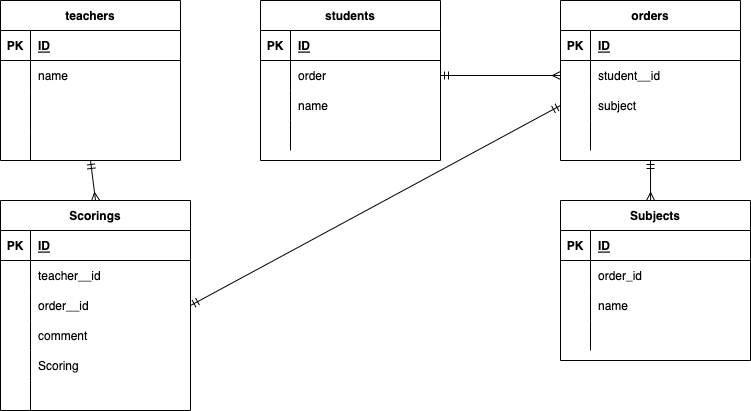
Earlier version of the draw.io export test.drawio.png (daiki239/20220701-). Source tidied: cells renumbered, new cells last; positions are measured from the earlier drawing's top-left corner, leaving out a move shared by most shapes.
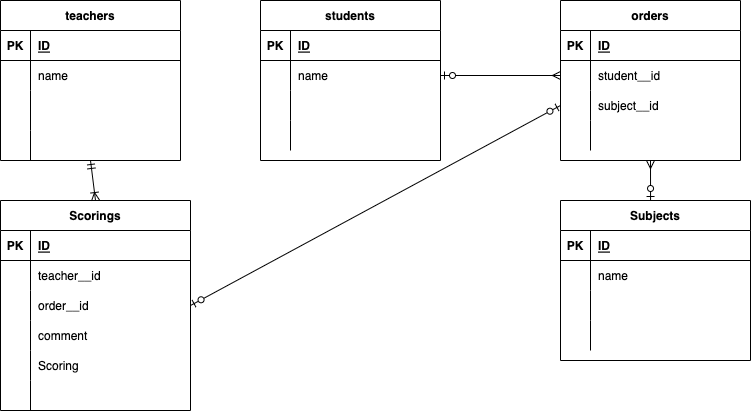
The same diagram one commit later.

Diff of the diagram source:
```diff
@@ -59,7 +59,7 @@
     <mxCell id="20" style="shape=partialRectangle;fillColor=none;top=0;left=0;bottom=0;right=0;overflow=hidden;" parent="19" vertex="1">
       <mxGeometry width="30" height="30" as="geometry" />
     </mxCell>
-    <mxCell id="21" value="order" style="shape=partialRectangle;fillColor=none;top=0;left=0;bottom=0;right=0;align=left;spacingLeft=6;overflow=hidden;" parent="19" vertex="1">
+    <mxCell id="21" value="name" style="shape=partialRectangle;fillColor=none;top=0;left=0;bottom=0;right=0;align=left;spacingLeft=6;overflow=hidden;" parent="19" vertex="1">
       <mxGeometry x="30" width="150" height="30" as="geometry" />
     </mxCell>
     <mxCell id="22" style="shape=partialRectangle;fillColor=none;top=0;left=0;bottom=0;right=0;" parent="15" vertex="1">
@@ -68,7 +68,7 @@
     <mxCell id="23" style="shape=partialRectangle;fillColor=none;top=0;left=0;bottom=0;right=0;overflow=hidden;" parent="22" vertex="1">
       <mxGeometry width="30" height="30" as="geometry" />
     </mxCell>
-    <mxCell id="24" value="name" style="shape=partialRectangle;fillColor=none;top=0;left=0;bottom=0;right=0;align=left;spacingLeft=6;overflow=hidden;" parent="22" vertex="1">
+    <mxCell id="24" style="shape=partialRectangle;fillColor=none;top=0;left=0;bottom=0;right=0;align=left;spacingLeft=6;overflow=hidden;" parent="22" vertex="1">
       <mxGeometry x="30" width="150" height="30" as="geometry" />
     </mxCell>
     <mxCell id="25" style="shape=partialRectangle;fillColor=none;top=0;left=0;bottom=0;right=0;" parent="15" vertex="1">
@@ -137,7 +137,7 @@
     <mxCell id="46" style="shape=partialRectangle;fillColor=none;top=0;left=0;bottom=0;right=0;align=left;spacingLeft=6;overflow=hidden;" parent="44" vertex="1">
       <mxGeometry x="30" width="160" height="30" as="geometry" />
     </mxCell>
-    <mxCell id="47" style="html=1;targetPerimeterSpacing=8;endArrow=ERmany;endFill=0;startArrow=ERmandOne;startFill=0;entryX=0.5;entryY=0;entryDx=0;entryDy=0;" parent="1" edge="1" target="28">
+    <mxCell id="47" style="html=1;targetPerimeterSpacing=8;endArrow=ERoneToMany;endFill=0;startArrow=ERmandOne;startFill=0;entryX=0.5;entryY=0;entryDx=0;entryDy=0;" parent="1" edge="1" target="28">
       <mxGeometry relative="1" as="geometry">
         <mxPoint x="90" y="160" as="sourcePoint" />
       </mxGeometry>
@@ -169,7 +169,7 @@
     <mxCell id="56" style="shape=partialRectangle;fillColor=none;top=0;left=0;bottom=0;right=0;overflow=hidden;" parent="55" vertex="1">
       <mxGeometry width="30" height="30" as="geometry" />
     </mxCell>
-    <mxCell id="57" value="subject" style="shape=partialRectangle;fillColor=none;top=0;left=0;bottom=0;right=0;align=left;spacingLeft=6;overflow=hidden;" parent="55" vertex="1">
+    <mxCell id="57" value="subject__id" style="shape=partialRectangle;fillColor=none;top=0;left=0;bottom=0;right=0;align=left;spacingLeft=6;overflow=hidden;" parent="55" vertex="1">
       <mxGeometry x="30" width="150" height="30" as="geometry" />
     </mxCell>
     <mxCell id="58" style="shape=partialRectangle;fillColor=none;top=0;left=0;bottom=0;right=0;" parent="48" vertex="1">
@@ -181,7 +181,7 @@
     <mxCell id="60" style="shape=partialRectangle;fillColor=none;top=0;left=0;bottom=0;right=0;align=left;spacingLeft=6;overflow=hidden;" parent="58" vertex="1">
       <mxGeometry x="30" width="150" height="30" as="geometry" />
     </mxCell>
-    <mxCell id="61" style="html=1;targetPerimeterSpacing=8;endArrow=ERmany;endFill=0;startArrow=ERmandOne;startFill=0;entryX=0;entryY=0.5;entryDx=0;entryDy=0;exitX=1;exitY=0.5;exitDx=0;exitDy=0;" parent="1" edge="1" source="19" target="52">
+    <mxCell id="61" style="html=1;targetPerimeterSpacing=8;endArrow=ERmany;endFill=0;startArrow=ERzeroToOne;startFill=0;entryX=0;entryY=0.5;entryDx=0;entryDy=0;exitX=1;exitY=0.5;exitDx=0;exitDy=0;" parent="1" edge="1" source="19" target="52">
       <mxGeometry relative="1" as="geometry" />
     </mxCell>
     <mxCell id="62" value="Subjects" style="shape=table;startSize=30;rowLines=0;fontStyle=1;align=center;" parent="1" vertex="1">
@@ -202,7 +202,7 @@
     <mxCell id="67" style="shape=partialRectangle;fillColor=none;top=0;left=0;bottom=0;right=0;overflow=hidden;" parent="66" vertex="1">
       <mxGeometry width="30" height="30" as="geometry" />
     </mxCell>
-    <mxCell id="68" value="order_id" style="shape=partialRectangle;fillColor=none;top=0;left=0;bottom=0;right=0;align=left;spacingLeft=6;overflow=hidden;" parent="66" vertex="1">
+    <mxCell id="68" value="name" style="shape=partialRectangle;fillColor=none;top=0;left=0;bottom=0;right=0;align=left;spacingLeft=6;overflow=hidden;" parent="66" vertex="1">
       <mxGeometry x="30" width="160" height="30" as="geometry" />
     </mxCell>
     <mxCell id="69" style="shape=partialRectangle;fillColor=none;top=0;left=0;bottom=0;right=0;" parent="62" vertex="1">
@@ -211,7 +211,7 @@
     <mxCell id="70" style="shape=partialRectangle;fillColor=none;top=0;left=0;bottom=0;right=0;overflow=hidden;" parent="69" vertex="1">
       <mxGeometry width="30" height="30" as="geometry" />
     </mxCell>
-    <mxCell id="71" value="name" style="shape=partialRectangle;fillColor=none;top=0;left=0;bottom=0;right=0;align=left;spacingLeft=6;overflow=hidden;" parent="69" vertex="1">
+    <mxCell id="71" style="shape=partialRectangle;fillColor=none;top=0;left=0;bottom=0;right=0;align=left;spacingLeft=6;overflow=hidden;" parent="69" vertex="1">
       <mxGeometry x="30" width="160" height="30" as="geometry" />
     </mxCell>
     <mxCell id="72" style="shape=partialRectangle;fillColor=none;top=0;left=0;bottom=0;right=0;" parent="62" vertex="1">
@@ -223,10 +223,10 @@
     <mxCell id="74" style="shape=partialRectangle;fillColor=none;top=0;left=0;bottom=0;right=0;align=left;spacingLeft=6;overflow=hidden;" parent="72" vertex="1">
       <mxGeometry x="30" width="160" height="30" as="geometry" />
     </mxCell>
-    <mxCell id="75" style="html=1;targetPerimeterSpacing=8;endArrow=ERmany;endFill=0;startArrow=ERmandOne;startFill=0;entryX=0.474;entryY=0;entryDx=0;entryDy=0;exitX=0.5;exitY=1;exitDx=0;exitDy=0;entryPerimeter=0;" parent="1" edge="1" source="48" target="62">
+    <mxCell id="75" style="html=1;targetPerimeterSpacing=8;endArrow=ERzeroToOne;endFill=0;startArrow=ERmany;startFill=0;entryX=0.474;entryY=0;entryDx=0;entryDy=0;exitX=0.5;exitY=1;exitDx=0;exitDy=0;entryPerimeter=0;" parent="1" edge="1" source="48" target="62">
       <mxGeometry relative="1" as="geometry" />
     </mxCell>
-    <mxCell id="76" style="html=1;targetPerimeterSpacing=8;endArrow=ERmandOne;endFill=0;startArrow=ERmandOne;startFill=0;entryX=1;entryY=0.5;entryDx=0;entryDy=0;exitX=0;exitY=0.5;exitDx=0;exitDy=0;" parent="1" edge="1" source="55" target="35">
+    <mxCell id="76" style="html=1;targetPerimeterSpacing=8;endArrow=ERzeroToOne;endFill=0;startArrow=ERzeroToOne;startFill=0;entryX=1;entryY=0.5;entryDx=0;entryDy=0;exitX=0;exitY=0.5;exitDx=0;exitDy=0;" parent="1" edge="1" source="55" target="35">
       <mxGeometry relative="1" as="geometry" />
     </mxCell>
   </root>
```
